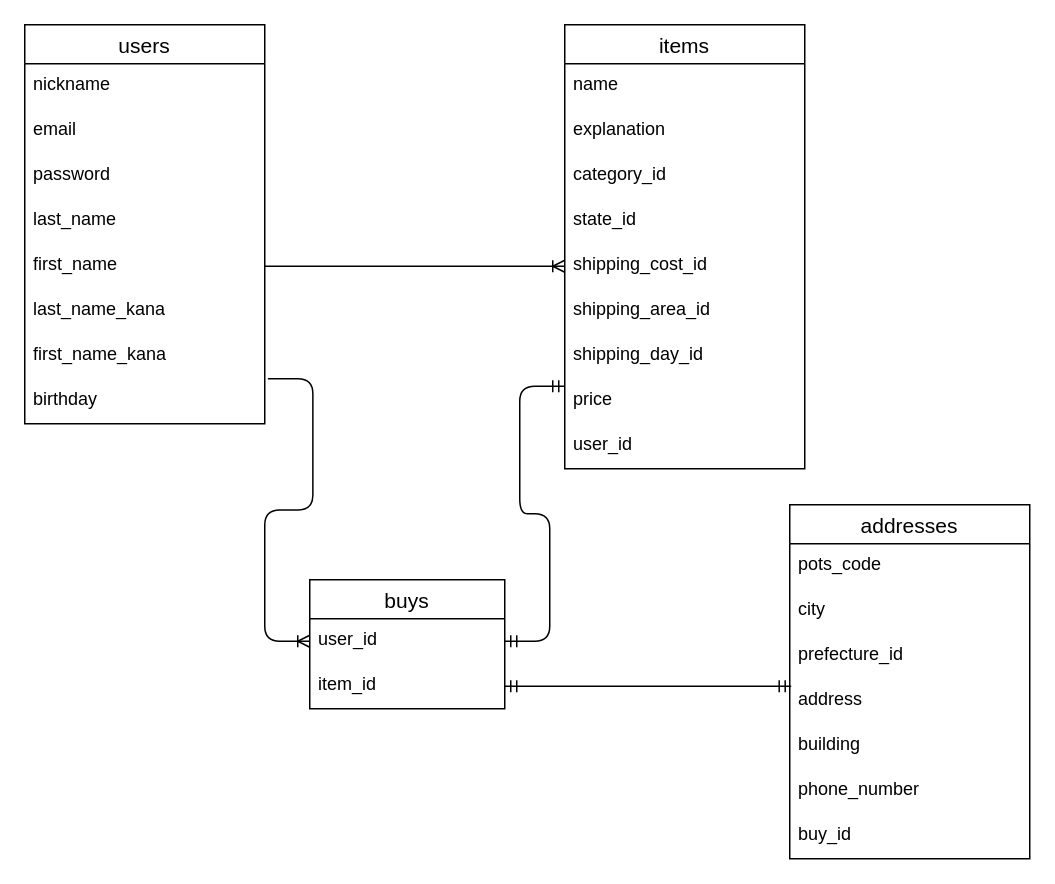
Earlier version of the draw.io diagram furima-32606.dio (hrmyg/furima-32606). Source tidied: cells renumbered, new cells numbered last; positions are measured from the earlier drawing's top-left corner, leaving out a move shared by most shapes. Both pictures are drawn from the tidied source at 150%, with x=0, y=0 at pixel (24, 24).
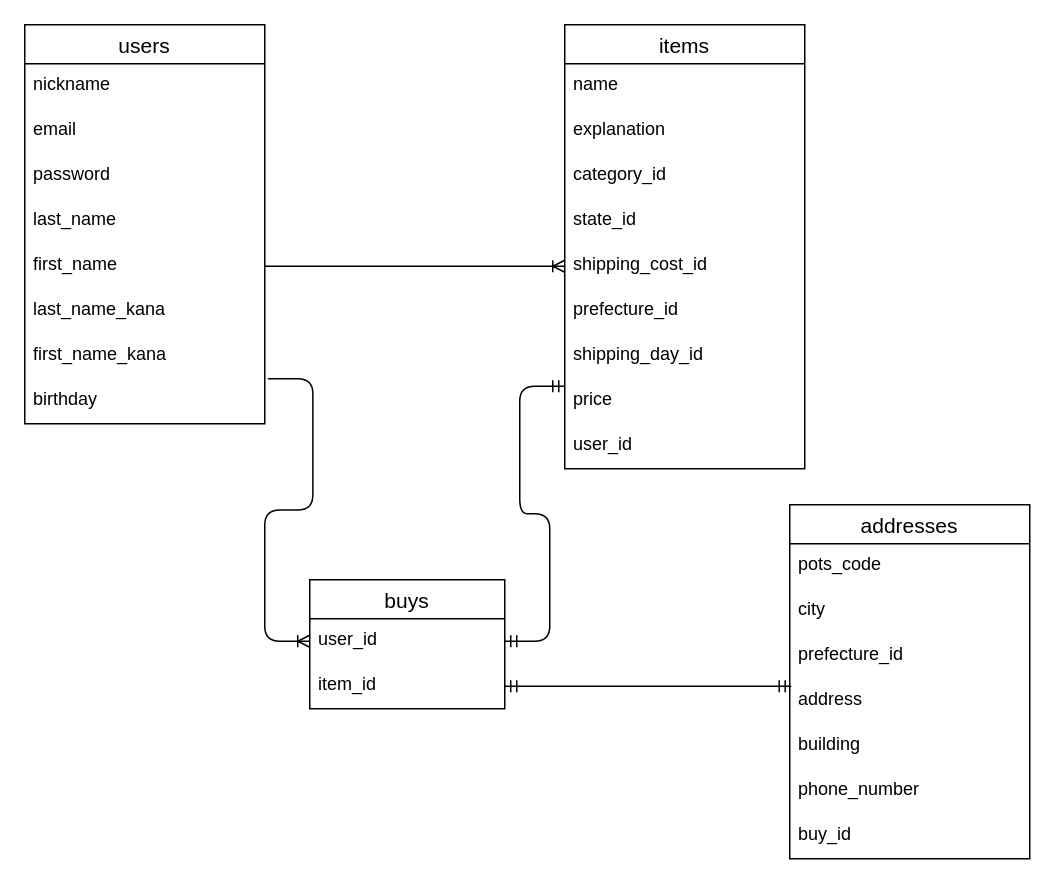
After the change.

Commit message (it also covers changes not shown here):
データベース設計の修正2

Unchanged cells that the change refers to:
```xml
<mxCell id="2" value="items" style="swimlane;fontStyle=0;horizontal=1;startSize=26;align=center;fontSize=14;" parent="1" vertex="1">
  <mxGeometry x="360" width="160" height="296" as="geometry" />
</mxCell>
```

Diff of the diagram source:
```diff
@@
-    <mxCell id="8" value="shipping_area_id" style="text;strokeColor=none;fillColor=none;spacingLeft=4;spacingRight=4;overflow=hidden;fontSize=12;" parent="2" vertex="1">
+    <mxCell id="8" value="prefecture_id" style="text;strokeColor=none;fillColor=none;spacingLeft=4;spacingRight=4;overflow=hidden;fontSize=12;" parent="2" vertex="1">
       <mxGeometry y="176" width="160" height="30" as="geometry" />
     </mxCell>
```
